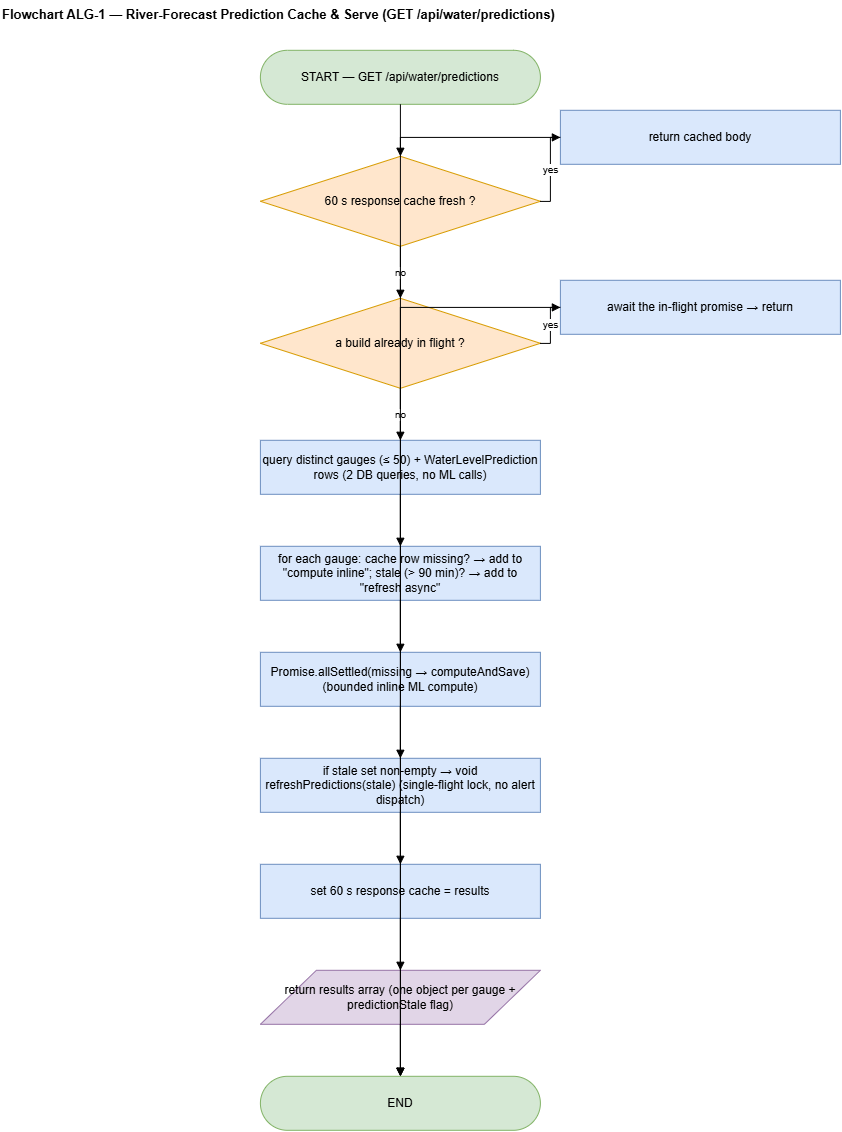
Before: research-report-source/diagrams/pngs/Flowchart_ALG-1_Prediction_Cache.drawio.png, a diagram exported from draw.io (DeshanDV1003/Suraksha---Web-App). Source tidied: cells renumbered, new cells last; positions are measured from the earlier drawing's top-left corner, leaving out a move shared by most shapes.
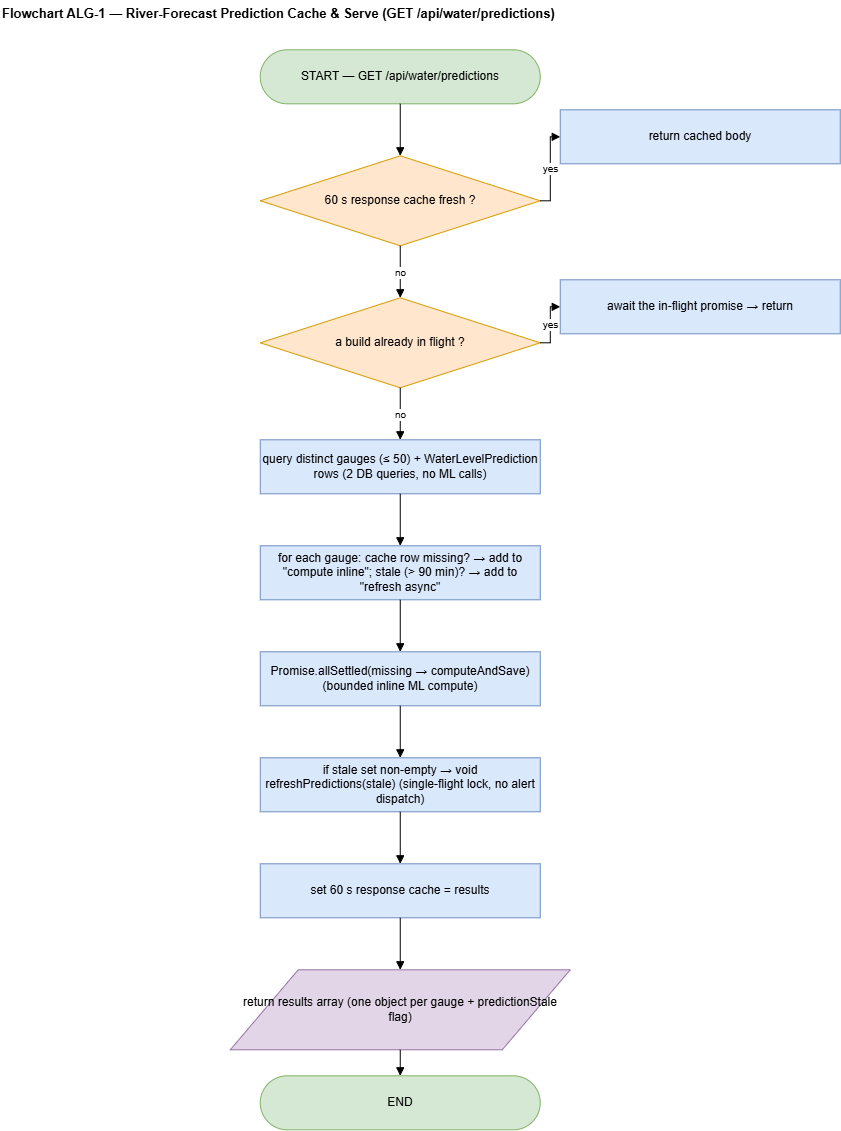
The same file after the commit.

Diff of the diagram source:
```diff
@@ -35,8 +35,8 @@
     <mxCell id="12" value="set 60 s response cache = results" style="rounded=0;whiteSpace=wrap;html=1;fillColor=#dae8fc;strokeColor=#6c8ebf;" parent="1" vertex="1">
       <mxGeometry x="260" y="864" width="280" height="54" as="geometry" />
     </mxCell>
-    <mxCell id="13" value="return results array (one object per gauge + predictionStale flag)" style="shape=parallelogram;perimeter=parallelogramPerimeter;whiteSpace=wrap;html=1;fillColor=#e1d5e7;strokeColor=#9673a6;" parent="1" vertex="1">
-      <mxGeometry x="260" y="970" width="280" height="54" as="geometry" />
+    <mxCell id="13" value="&lt;font&gt;return results array (one object per gauge + predictionStale flag)&lt;/font&gt;" style="shape=parallelogram;perimeter=parallelogramPerimeter;whiteSpace=wrap;html=1;fillColor=#e1d5e7;strokeColor=#9673a6;" parent="1" vertex="1">
+      <mxGeometry x="230" y="970" width="340" height="80" as="geometry" />
     </mxCell>
     <mxCell id="14" value="END" style="rounded=1;arcSize=50;whiteSpace=wrap;html=1;fillColor=#d5e8d4;strokeColor=#82b366;" parent="1" vertex="1">
       <mxGeometry x="260" y="1076" width="280" height="54" as="geometry" />
@@ -68,17 +68,11 @@
     <mxCell id="23" value="yes" style="edgeStyle=orthogonalEdgeStyle;rounded=0;html=1;endArrow=block;fontSize=10;" parent="1" edge="1" source="4" target="5">
       <mxGeometry relative="1" as="geometry" />
     </mxCell>
-    <mxCell id="24" style="edgeStyle=orthogonalEdgeStyle;rounded=0;html=1;endArrow=block;fontSize=10;" parent="1" edge="1" source="5" target="14">
-      <mxGeometry relative="1" as="geometry" />
-    </mxCell>
     <mxCell id="25" value="no" style="edgeStyle=orthogonalEdgeStyle;rounded=0;html=1;endArrow=block;fontSize=10;" parent="1" edge="1" source="6" target="8">
       <mxGeometry relative="1" as="geometry" />
     </mxCell>
     <mxCell id="26" value="yes" style="edgeStyle=orthogonalEdgeStyle;rounded=0;html=1;endArrow=block;fontSize=10;" parent="1" edge="1" source="6" target="7">
       <mxGeometry relative="1" as="geometry" />
     </mxCell>
-    <mxCell id="27" style="edgeStyle=orthogonalEdgeStyle;rounded=0;html=1;endArrow=block;fontSize=10;" parent="1" edge="1" source="7" target="14">
-      <mxGeometry relative="1" as="geometry" />
-    </mxCell>
   </root>
 </mxGraphModel>
```
